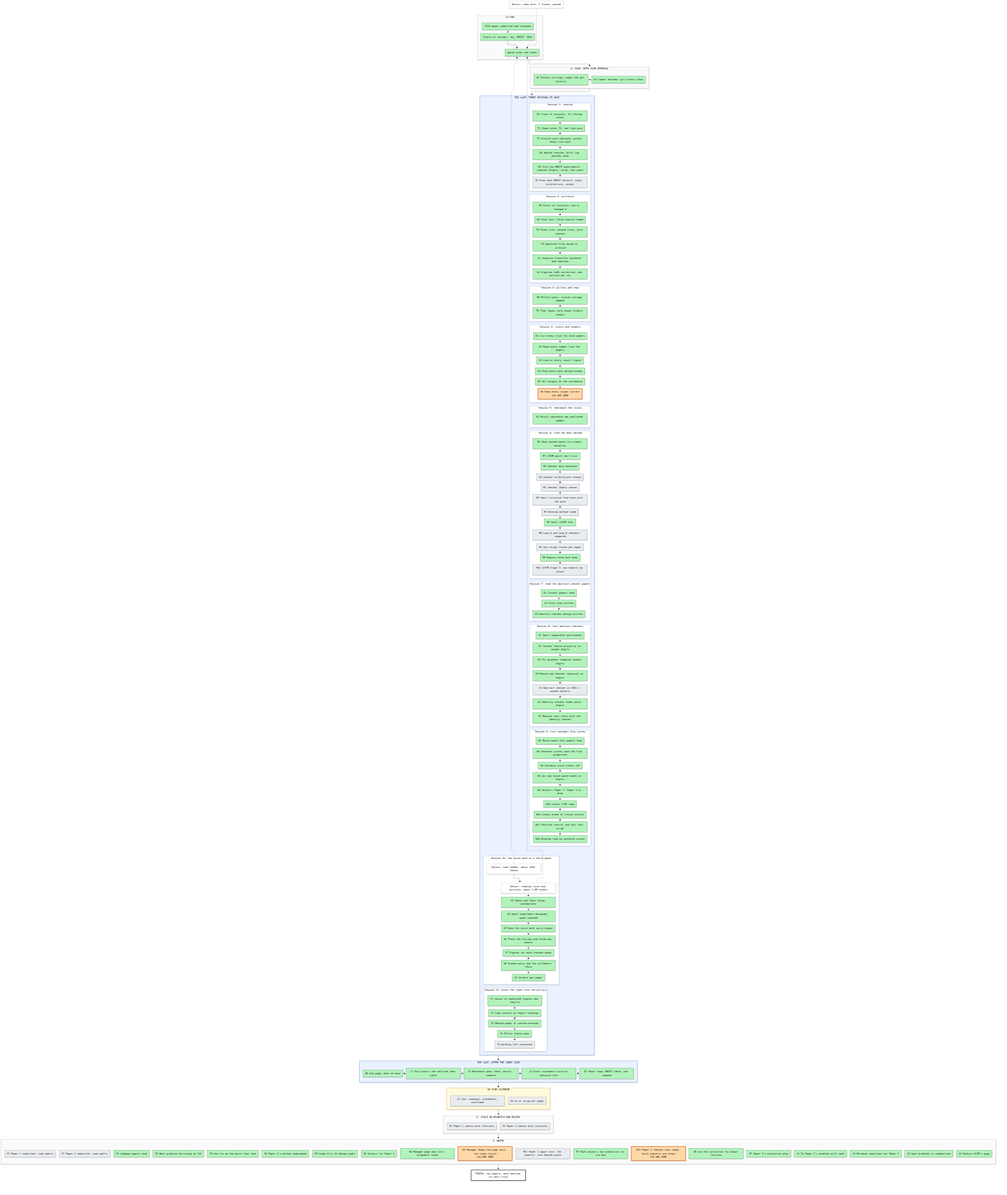
Before: artifacts/notes/progress/map.png, a diagram exported from Mermaid (mo-rsa24/concept-composition). Its source is kept beside it as artifacts/notes/progress/map.mmd.
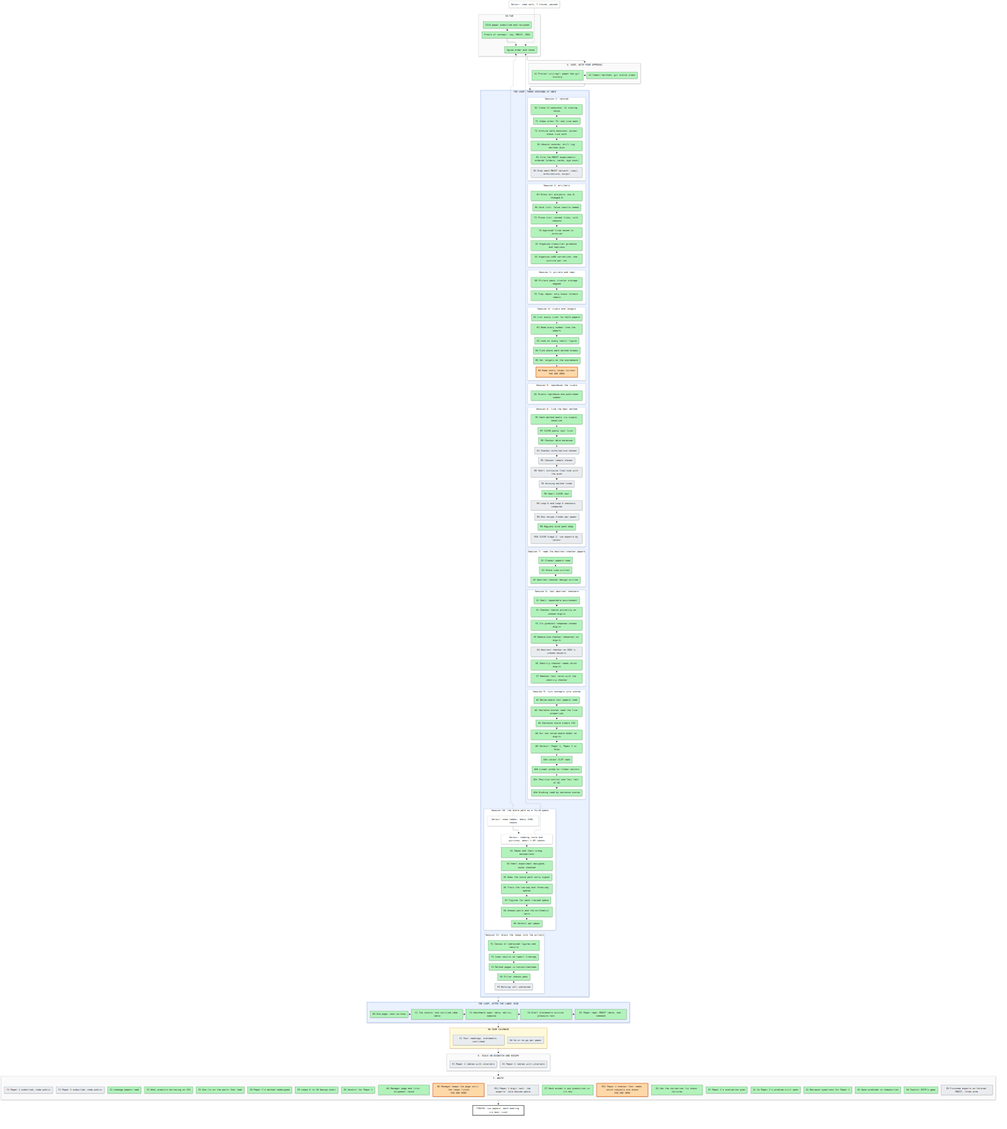
The same diagram one commit later.

Commit message:
Owner: question 108's first experiment goes to Loop 12 as Z9 with a ratio-classifier arm; reviewer reads the idea first

Change to the diagram source:
```diff
@@ -74,7 +74,7 @@
   end
   subgraph SF["F. WRITE"]
     direction LR
-    F1["F1 Paper 1 submitted, code public"]:::todo ~~~ F2["F2 Paper 2 submitted, code public"]:::todo ~~~ Z1["Z1 Leakage papers read"]:::done ~~~ Z2["Z2 What predicts borrowing on CO3"]:::done ~~~ Z3["Z3 One fix on the pairs that leak"]:::done ~~~ Z4["Z4 Paper 2's method redesigned"]:::done ~~~ Z5["Z5 Loops 8 to 10 design audit"]:::done ~~~ Z6["Z6 Verdict for Paper 2"]:::done ~~~ N1["N1 Manager page and first alignment round"]:::done ~~~ N2["N2 Manager keeps the page until the loops finish<br/>YOU ARE HERE"]:::doing ~~~ M11["M11 Paper 1 digit test: the experts' vote beside paste"]:::todo ~~~ Z7["Z7 Each animal's own prediction in its box"]:::done ~~~ M12["M12 Paper 2 checker that reads which subjects are drawn<br/>YOU ARE HERE"]:::doing ~~~ Z8["Z8 Can the correction fix known failures"]:::done ~~~ K7["K7 Paper 1's evaluation plan"]:::done ~~~ G1["G1 Is Paper 2's problem still open"]:::done ~~~ G2["G2 Reviewer questions for Paper 1"]:::done ~~~ G3["G3 Open problems in composition"]:::done ~~~ G4["G4 Exploit DCFM's gaps"]:::done
+    F1["F1 Paper 1 submitted, code public"]:::todo ~~~ F2["F2 Paper 2 submitted, code public"]:::todo ~~~ Z1["Z1 Leakage papers read"]:::done ~~~ Z2["Z2 What predicts borrowing on CO3"]:::done ~~~ Z3["Z3 One fix on the pairs that leak"]:::done ~~~ Z4["Z4 Paper 2's method redesigned"]:::done ~~~ Z5["Z5 Loops 8 to 10 design audit"]:::done ~~~ Z6["Z6 Verdict for Paper 2"]:::done ~~~ N1["N1 Manager page and first alignment round"]:::done ~~~ N2["N2 Manager keeps the page until the loops finish<br/>YOU ARE HERE"]:::doing ~~~ M11["M11 Paper 1 digit test: the experts' vote beside paste"]:::todo ~~~ Z7["Z7 Each animal's own prediction in its box"]:::done ~~~ M12["M12 Paper 2 checker that reads which subjects are drawn<br/>YOU ARE HERE"]:::doing ~~~ Z8["Z8 Can the correction fix known failures"]:::done ~~~ K7["K7 Paper 1's evaluation plan"]:::done ~~~ G1["G1 Is Paper 2's problem still open"]:::done ~~~ G2["G2 Reviewer questions for Paper 1"]:::done ~~~ G3["G3 Open problems in composition"]:::done ~~~ G4["G4 Exploit DCFM's gaps"]:::done ~~~ Z9["Z9 Finished experts on Colored MNIST, three arms"]:::todo
   end
   GOAL["FINISH: two papers, each beating its best rival"]:::goal
   X0["Detour: idea walk, 7 claims, paused"]:::detour -.-> P2
```
